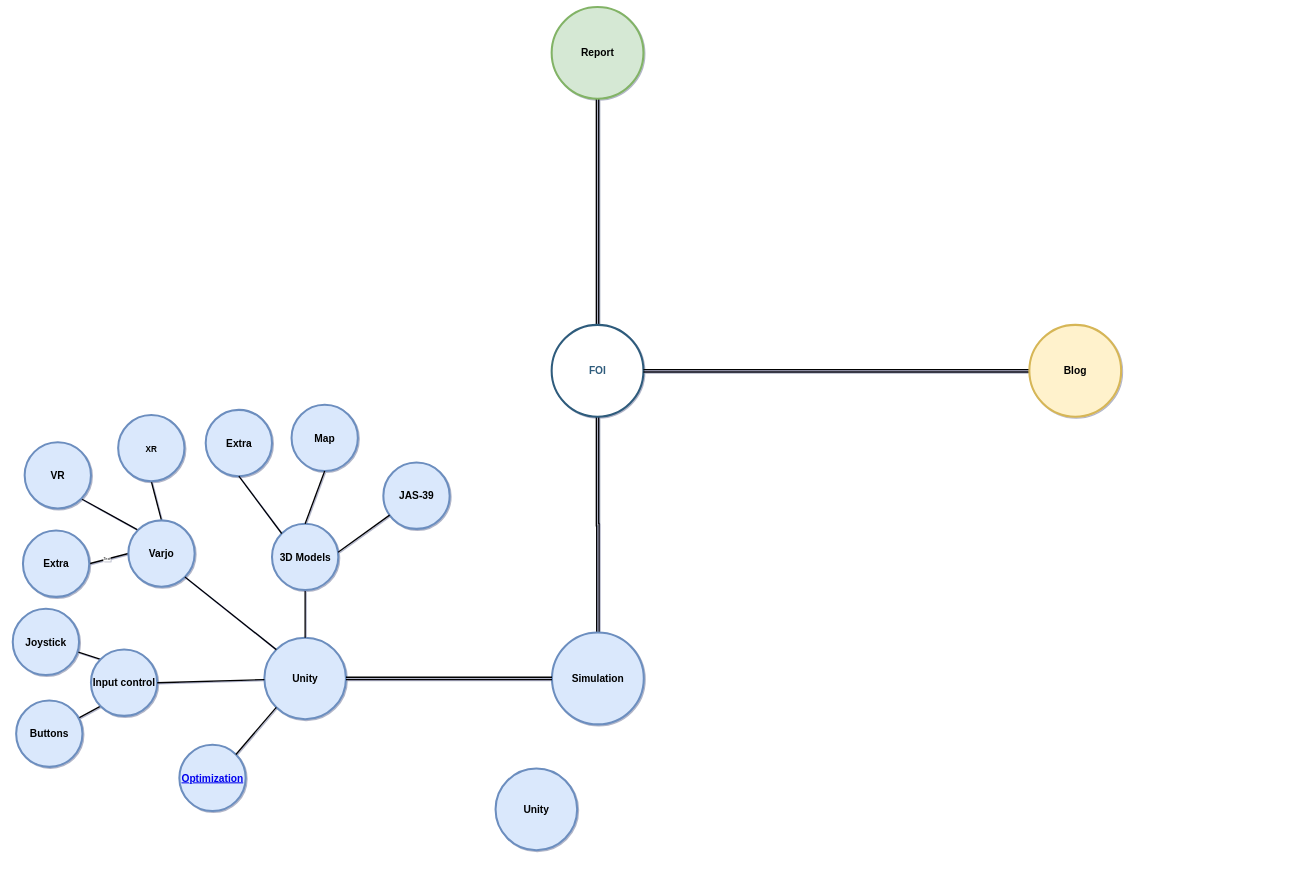
RabaDabaDoba/FOI keeps this draw.io diagram as DrawIO/Untitled Diagram.drawio. Above is the earlier version. Source tidied: cells renumbered, new cells numbered last; positions are measured from the earlier drawing's top-left corner, leaving out a move shared by most shapes. Both pictures are drawn from the tidied source at 34%, with x=0, y=0 at pixel (6, 7).
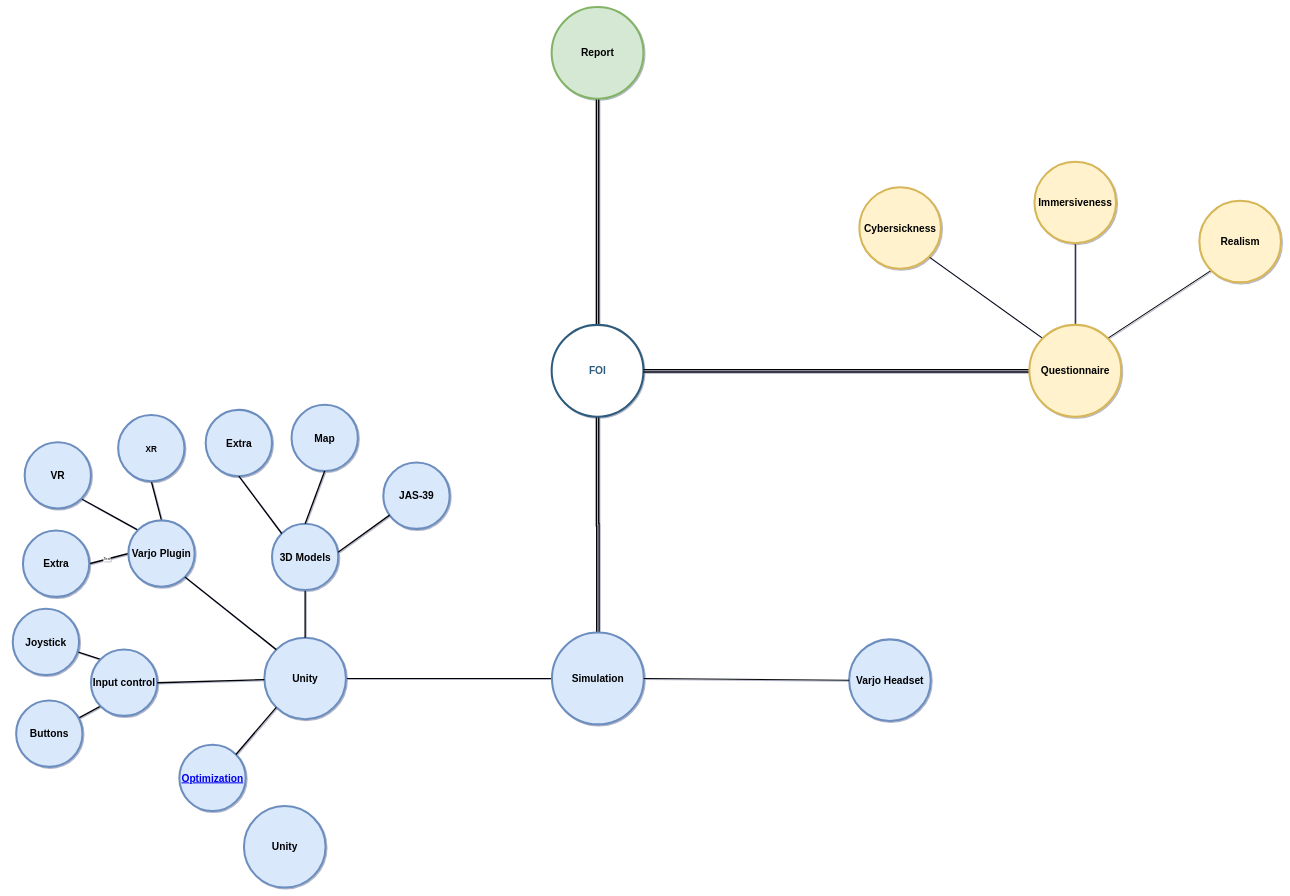
The same page after the edit.

The change refers to these unchanged cells:
```xml
<mxCell id="8" style="group;" parent="1" vertex="1">
  <mxGeometry y="1140" width="1876" height="1245" as="geometry" />
</mxCell>
<mxCell id="9" value="Simulation" style="ellipse;whiteSpace=wrap;html=1;shadow=0;fontFamily=Helvetica;fontSize=30;align=center;strokeColor=#6c8ebf;strokeWidth=6;fillColor=#dae8fc;fontStyle=1;" parent="8" vertex="1">
  <mxGeometry x="1606" y="700" width="270" height="270" as="geometry" />
</mxCell>
<mxCell id="10" style="group;" parent="8" vertex="1">
  <mxGeometry width="1015" height="1245" as="geometry" />
</mxCell>
<mxCell id="11" value="Unity" style="ellipse;whiteSpace=wrap;html=1;shadow=0;fontFamily=Helvetica;fontSize=30;align=center;strokeColor=#6c8ebf;strokeWidth=6;fillColor=#dae8fc;fontStyle=1;" parent="10" vertex="1">
  <mxGeometry x="760" y="715" width="240" height="240" as="geometry" />
</mxCell>
```

The edit, as a diff of the source:
```diff
@@
+    <mxCell id="39" style="rounded=0;jettySize=auto;html=1;exitX=0;exitY=0;exitDx=0;exitDy=0;entryX=1;entryY=1;entryDx=0;entryDy=0;endArrow=none;endFill=0;strokeWidth=3;" parent="1" edge="1" source="7" target="42">
+      <mxGeometry relative="1" as="geometry" />
+    </mxCell>
+    <mxCell id="40" style="edgeStyle=none;rounded=0;jettySize=auto;html=1;exitX=0.5;exitY=0;exitDx=0;exitDy=0;entryX=0.5;entryY=1;entryDx=0;entryDy=0;endArrow=none;endFill=0;strokeWidth=3;" parent="1" edge="1" source="7" target="43">
+      <mxGeometry relative="1" as="geometry" />
+    </mxCell>
+    <mxCell id="41" style="edgeStyle=none;rounded=0;jettySize=auto;html=1;exitX=1;exitY=0;exitDx=0;exitDy=0;entryX=0;entryY=1;entryDx=0;entryDy=0;endArrow=none;endFill=0;strokeWidth=3;" parent="1" edge="1" source="7" target="44">
+      <mxGeometry relative="1" as="geometry" />
+    </mxCell>
-    <mxCell id="7" value="Blog" style="ellipse;whiteSpace=wrap;html=1;shadow=0;fontFamily=Helvetica;fontSize=30;align=center;strokeColor=#d6b656;strokeWidth=6;fillColor=#fff2cc;fontStyle=1;" parent="1" vertex="1">
+    <mxCell id="7" value="Questionnaire" style="ellipse;whiteSpace=wrap;html=1;shadow=0;fontFamily=Helvetica;fontSize=30;align=center;strokeColor=#d6b656;strokeWidth=6;fillColor=#fff2cc;fontStyle=1;" parent="1" vertex="1">
       <mxGeometry x="3010" y="935" width="270" height="270" as="geometry" />
     </mxCell>
@@
+    <mxCell id="35" style="edgeStyle=none;rounded=0;jettySize=auto;html=1;exitX=0;exitY=0.5;exitDx=0;exitDy=0;entryX=1;entryY=0.5;entryDx=0;entryDy=0;endArrow=none;endFill=0;strokeWidth=3;" parent="8" edge="1" source="9" target="11">
+      <mxGeometry relative="1" as="geometry" />
+    </mxCell>
@@
-    <mxCell id="18" value="Varjo" style="ellipse;whiteSpace=wrap;html=1;shadow=0;fontFamily=Helvetica;fontSize=30;align=center;strokeColor=#6c8ebf;strokeWidth=6;fillColor=#dae8fc;fontStyle=1;" parent="10" vertex="1">
+    <mxCell id="18" value="Varjo Plugin" style="ellipse;whiteSpace=wrap;html=1;shadow=0;fontFamily=Helvetica;fontSize=30;align=center;strokeColor=#6c8ebf;strokeWidth=6;fillColor=#dae8fc;fontStyle=1;" parent="10" vertex="1">
       <mxGeometry x="360" y="370" width="195" height="195" as="geometry" />
     </mxCell>
@@
-    <mxCell id="35" style="edgeStyle=orthogonalEdgeStyle;shape=link;rounded=0;sketch=0;jettySize=auto;html=1;entryX=1;entryY=0.5;entryDx=0;entryDy=0;shadow=0;strokeWidth=4;" parent="8" edge="1" source="9" target="11">
-      <mxGeometry relative="1" as="geometry" />
-    </mxCell>
@@
     <mxCell id="38" value="Unity" style="ellipse;whiteSpace=wrap;html=1;shadow=0;fontFamily=Helvetica;fontSize=30;align=center;strokeColor=#6c8ebf;strokeWidth=6;fillColor=#dae8fc;fontStyle=1;" parent="1" vertex="1">
-      <mxGeometry x="1440" y="2240" width="240" height="240" as="geometry" />
+      <mxGeometry x="700" y="2350" width="240" height="240" as="geometry" />
     </mxCell>
+    <mxCell id="42" value="Cybersickness" style="ellipse;whiteSpace=wrap;html=1;shadow=0;fontFamily=Helvetica;fontSize=30;align=center;strokeColor=#d6b656;strokeWidth=6;fillColor=#fff2cc;fontStyle=1;" parent="1" vertex="1">
+      <mxGeometry x="2510" y="530" width="240" height="240" as="geometry" />
+    </mxCell>
+    <mxCell id="43" value="Immersiveness" style="ellipse;whiteSpace=wrap;html=1;shadow=0;fontFamily=Helvetica;fontSize=30;align=center;strokeColor=#d6b656;strokeWidth=6;fillColor=#fff2cc;fontStyle=1;" parent="1" vertex="1">
+      <mxGeometry x="3025" y="455" width="240" height="240" as="geometry" />
+    </mxCell>
+    <mxCell id="44" value="Realism" style="ellipse;whiteSpace=wrap;html=1;shadow=0;fontFamily=Helvetica;fontSize=30;align=center;strokeColor=#d6b656;strokeWidth=6;fillColor=#fff2cc;fontStyle=1;" parent="1" vertex="1">
+      <mxGeometry x="3510" y="570" width="240" height="240" as="geometry" />
+    </mxCell>
+    <mxCell id="45" value="Varjo Headset" style="ellipse;whiteSpace=wrap;html=1;shadow=0;fontFamily=Helvetica;fontSize=30;align=center;strokeColor=#6c8ebf;strokeWidth=6;fillColor=#dae8fc;fontStyle=1;" parent="1" vertex="1">
+      <mxGeometry x="2480" y="1860" width="240" height="240" as="geometry" />
+    </mxCell>
+    <mxCell id="46" style="edgeStyle=none;rounded=0;jettySize=auto;html=1;exitX=1;exitY=0.5;exitDx=0;exitDy=0;entryX=0;entryY=0.5;entryDx=0;entryDy=0;endArrow=none;endFill=0;strokeWidth=3;" parent="1" edge="1" source="9" target="45">
+      <mxGeometry relative="1" as="geometry" />
+    </mxCell>
```
